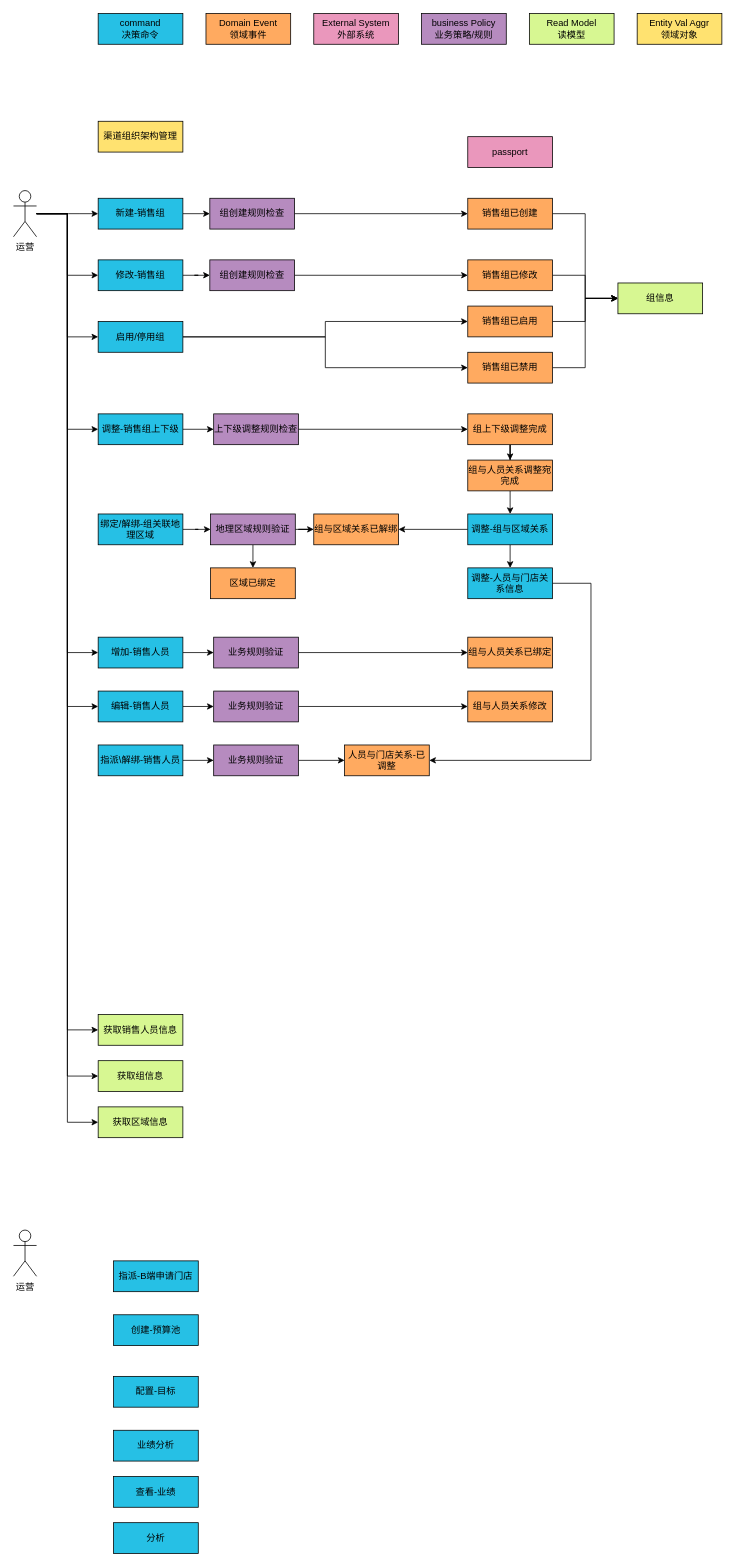
Earlier version of the draw.io diagram 渠道-事件风暴.drawio (shixiaoding/draw). Source tidied: cells renumbered, new cells numbered last; positions are measured from the earlier drawing's top-left corner, leaving out a move shared by most shapes. Both pictures are drawn from the tidied source at 77%, with x=0, y=0 at pixel (13, 13).
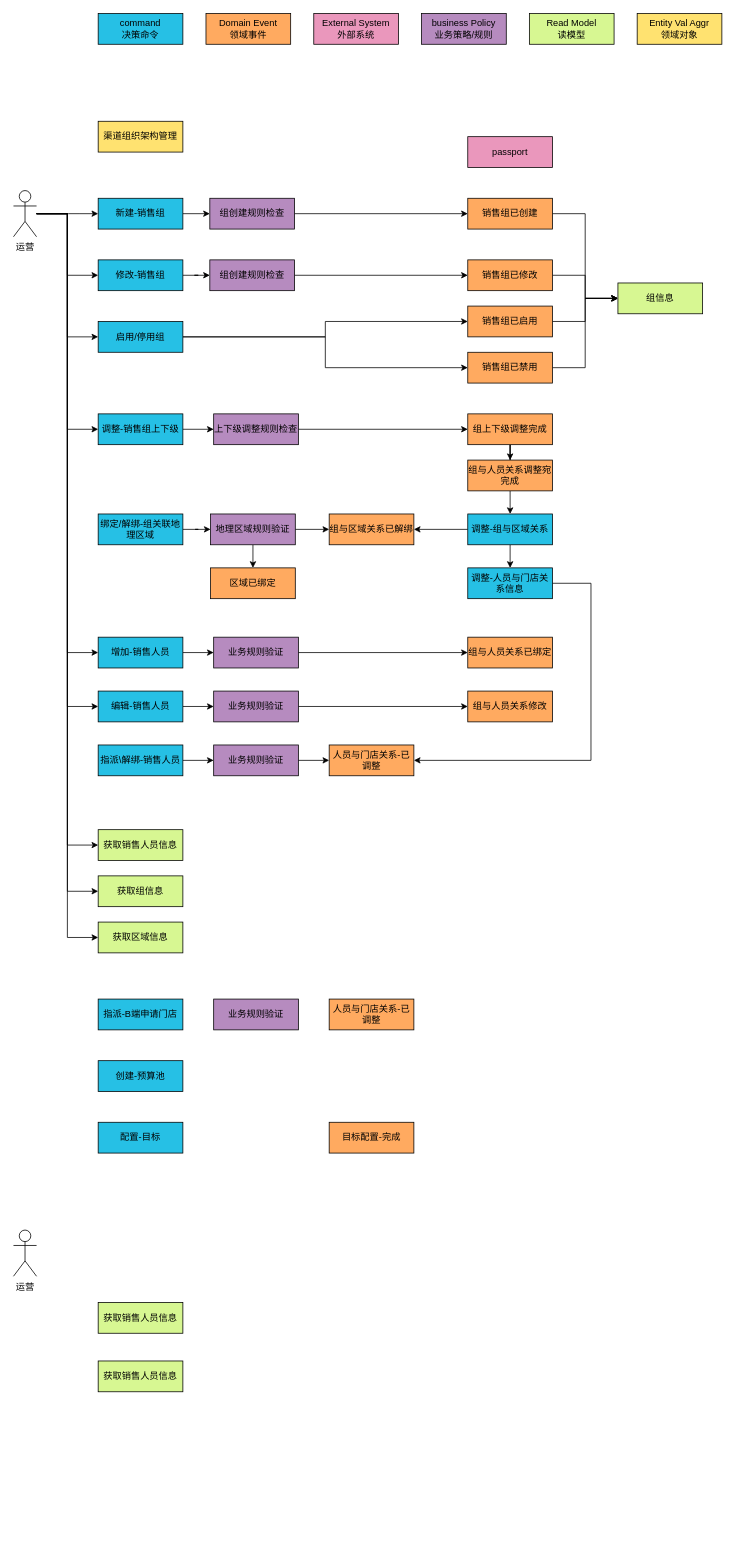
Above is the later version.

Commit message:
更新渠道-事件风暴.drawio

Change to the diagram source:
```diff
@@
     <mxCell id="26" value="创建-预算池" style="rounded=0;whiteSpace=wrap;html=1;fillColor=#26C0E5;" parent="1" vertex="1">
-      <mxGeometry x="130" y="1690" width="110" height="40" as="geometry" />
+      <mxGeometry x="110" y="1360" width="110" height="40" as="geometry" />
     </mxCell>
@@
     <mxCell id="30" value="指派-B端申请门店" style="rounded=0;whiteSpace=wrap;html=1;fillColor=#26C0E5;" parent="1" vertex="1">
-      <mxGeometry x="130" y="1620" width="110" height="40" as="geometry" />
+      <mxGeometry x="110" y="1280" width="110" height="40" as="geometry" />
     </mxCell>
     <mxCell id="31" value="配置-目标" style="rounded=0;whiteSpace=wrap;html=1;fillColor=#26C0E5;" parent="1" vertex="1">
-      <mxGeometry x="130" y="1770" width="110" height="40" as="geometry" />
+      <mxGeometry x="110" y="1440" width="110" height="40" as="geometry" />
     </mxCell>
-    <mxCell id="32" value="业绩分析" style="rounded=0;whiteSpace=wrap;html=1;fillColor=#26C0E5;" parent="1" vertex="1">
-      <mxGeometry x="130" y="1840" width="110" height="40" as="geometry" />
-    </mxCell>
-    <mxCell id="33" value="查看-业绩" style="rounded=0;whiteSpace=wrap;html=1;fillColor=#26C0E5;" parent="1" vertex="1">
-      <mxGeometry x="130" y="1900" width="110" height="40" as="geometry" />
-    </mxCell>
@@
     <mxCell id="58" value="组与区域关系已解绑" style="rounded=0;whiteSpace=wrap;html=1;fillColor=#FFAA60;" parent="1" vertex="1">
-      <mxGeometry x="390" y="650" width="110" height="40" as="geometry" />
+      <mxGeometry x="410" y="650" width="110" height="40" as="geometry" />
     </mxCell>
@@
     <mxCell id="74" value="获取销售人员信息" style="rounded=0;whiteSpace=wrap;html=1;fillColor=#D7F792;" parent="1" vertex="1">
-      <mxGeometry x="110" y="1300" width="110" height="40" as="geometry" />
+      <mxGeometry x="110" y="1060" width="110" height="40" as="geometry" />
     </mxCell>
     <mxCell id="75" value="获取组信息" style="rounded=0;whiteSpace=wrap;html=1;fillColor=#D7F792;" parent="1" vertex="1">
-      <mxGeometry x="110" y="1360" width="110" height="40" as="geometry" />
+      <mxGeometry x="110" y="1120" width="110" height="40" as="geometry" />
     </mxCell>
     <mxCell id="76" value="获取区域信息" style="rounded=0;whiteSpace=wrap;html=1;fillColor=#D7F792;" parent="1" vertex="1">
-      <mxGeometry x="110" y="1420" width="110" height="40" as="geometry" />
+      <mxGeometry x="110" y="1180" width="110" height="40" as="geometry" />
     </mxCell>
@@
     <mxCell id="82" value="人员与门店关系-已调整" style="rounded=0;whiteSpace=wrap;html=1;fillColor=#FFAA60;" parent="1" vertex="1">
-      <mxGeometry x="430" y="950" width="110" height="40" as="geometry" />
+      <mxGeometry x="410" y="950" width="110" height="40" as="geometry" />
     </mxCell>
-    <mxCell id="83" value="分析" style="rounded=0;whiteSpace=wrap;html=1;fillColor=#26C0E5;" parent="1" vertex="1">
-      <mxGeometry x="130" y="1960" width="110" height="40" as="geometry" />
-    </mxCell>
@@
+    <mxCell id="85" value="业务规则验证" style="rounded=0;whiteSpace=wrap;html=1;fillColor=#B68BBF;" parent="1" vertex="1">
+      <mxGeometry x="260" y="1280" width="110" height="40" as="geometry" />
+    </mxCell>
+    <mxCell id="86" value="人员与门店关系-已调整" style="rounded=0;whiteSpace=wrap;html=1;fillColor=#FFAA60;" parent="1" vertex="1">
+      <mxGeometry x="410" y="1280" width="110" height="40" as="geometry" />
+    </mxCell>
+    <mxCell id="87" value="目标配置-完成" style="rounded=0;whiteSpace=wrap;html=1;fillColor=#FFAA60;" parent="1" vertex="1">
+      <mxGeometry x="410" y="1440" width="110" height="40" as="geometry" />
+    </mxCell>
+    <mxCell id="88" value="获取销售人员信息" style="rounded=0;whiteSpace=wrap;html=1;fillColor=#D7F792;" parent="1" vertex="1">
+      <mxGeometry x="110" y="1674" width="110" height="40" as="geometry" />
+    </mxCell>
+    <mxCell id="89" value="获取销售人员信息" style="rounded=0;whiteSpace=wrap;html=1;fillColor=#D7F792;" parent="1" vertex="1">
+      <mxGeometry x="110" y="1750" width="110" height="40" as="geometry" />
+    </mxCell>
```
